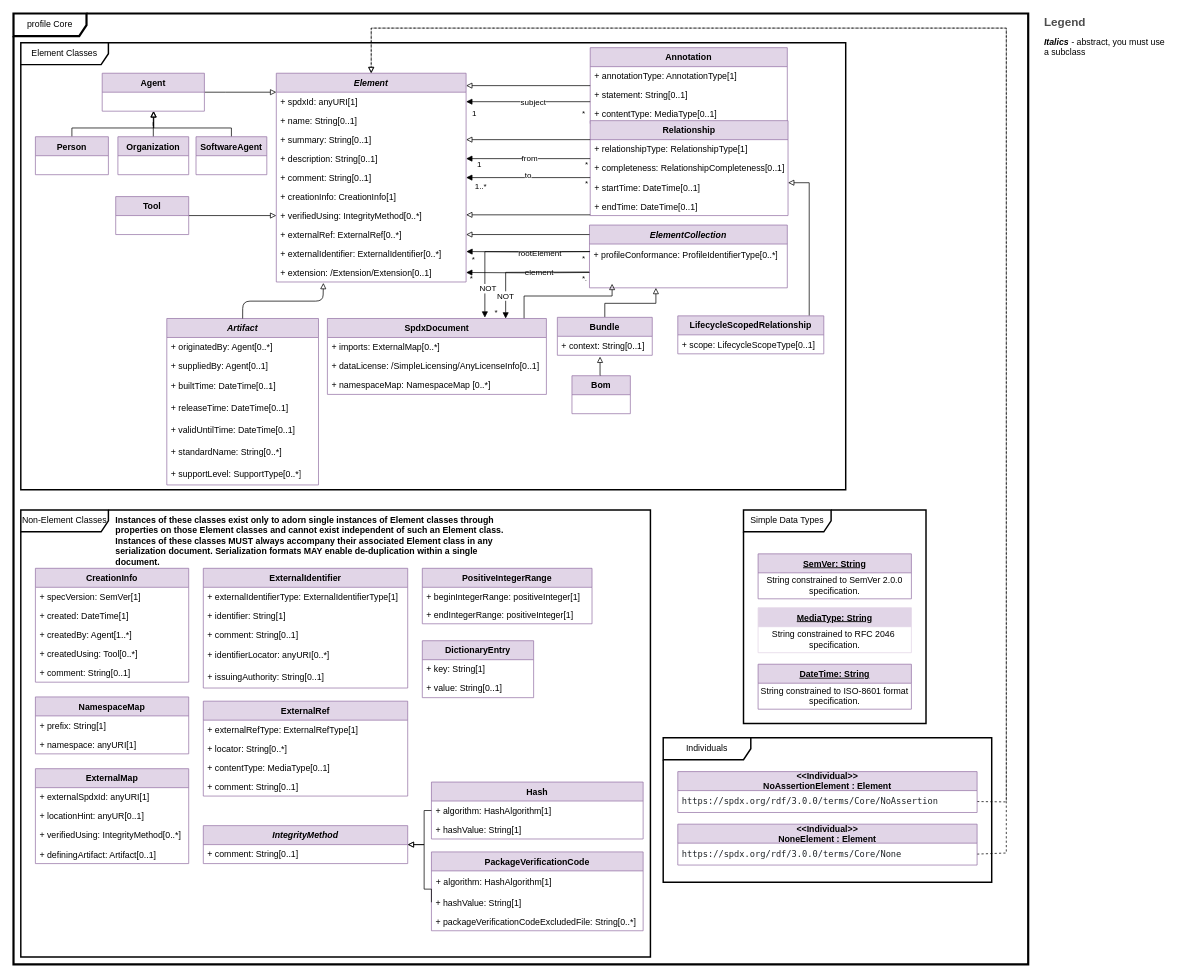
This is page "Core" (1 of 11) of model.drawio from spdx/spdx-3-model, a draw.io file, before an edit. Source tidied: cells renumbered, new cells numbered last; positions are measured from the earlier drawing's top-left corner, leaving out a move shared by most shapes. Both pictures are drawn from the tidied source at 73%, with x=0, y=0 at pixel (13, 13).
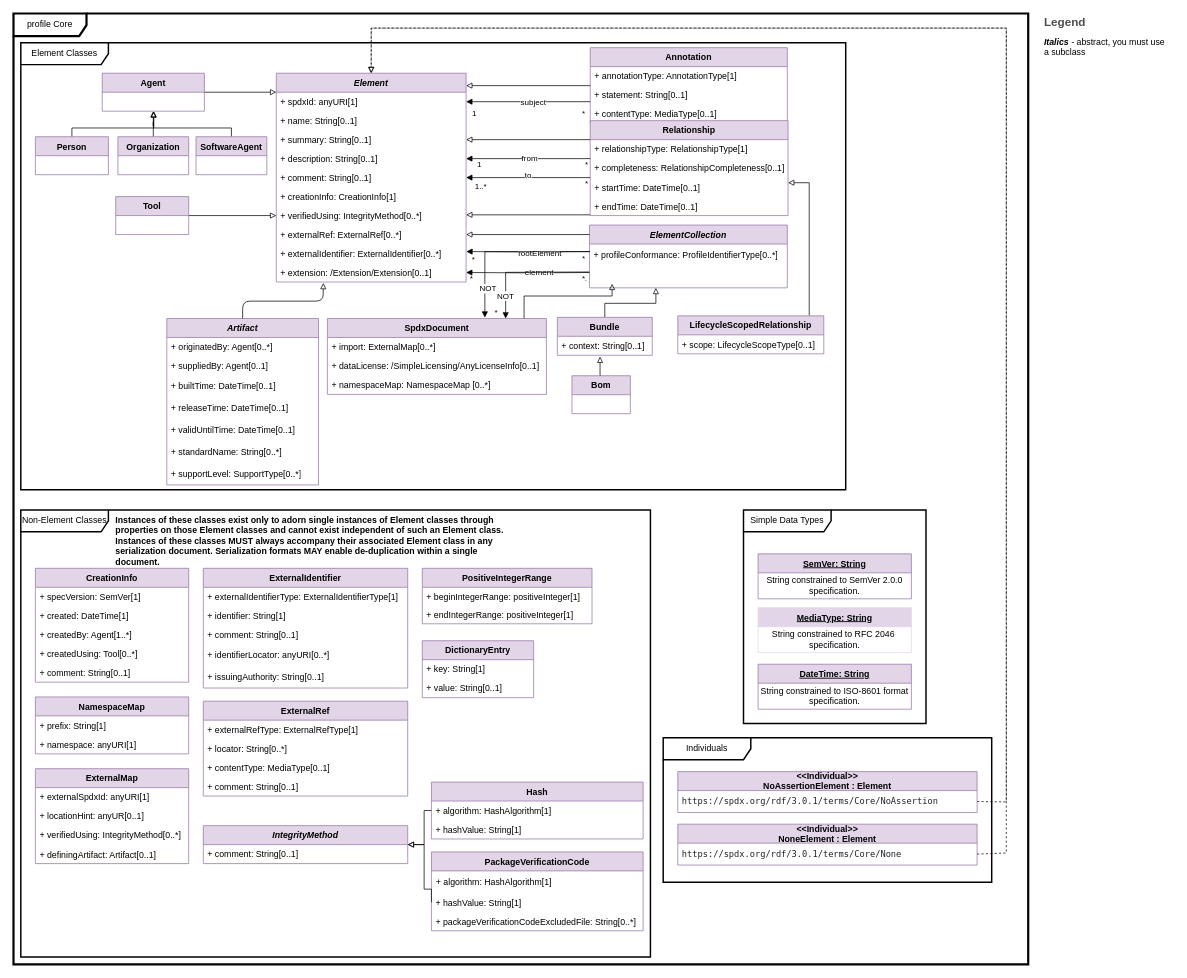
Above is the later version.

Unchanged cells that the change refers to:
```xml
<mxCell id="69" value="SpdxDocument" style="swimlane;fontStyle=1;horizontal=1;startSize=26;fillColor=#e1d5e7;strokeColor=#9673a6;" parent="1" vertex="1">
  <mxGeometry x="430" y="417.8" width="300" height="104" as="geometry" />
</mxCell>
<mxCell id="145" value="&lt;&lt;Individual&gt;&gt;&#10;NoAssertionElement : Element" style="swimlane;fontStyle=1;horizontal=1;startSize=26;fillColor=#e1d5e7;strokeColor=#9673a6;" parent="1" vertex="1">
  <mxGeometry x="910" y="1038.5" width="410" height="56" as="geometry" />
</mxCell>
<mxCell id="147" value="&lt;&lt;Individual&gt;&gt;&#10;NoneElement : Element" style="swimlane;fontStyle=1;horizontal=1;startSize=26;fillColor=#e1d5e7;strokeColor=#9673a6;" parent="1" vertex="1">
  <mxGeometry x="910" y="1110.5" width="410" height="56" as="geometry" />
</mxCell>
```

Diff of the diagram source:
```diff
@@
-    <mxCell id="70" value="+ imports: ExternalMap[0..*]" style="text;strokeColor=none;fillColor=none;align=left;verticalAlign=top;spacingLeft=4;spacingRight=4;overflow=hidden;whiteSpace=wrap;html=1;" parent="69" vertex="1">
+    <mxCell id="70" value="+ import: ExternalMap[0..*]" style="text;strokeColor=none;fillColor=none;align=left;verticalAlign=top;spacingLeft=4;spacingRight=4;overflow=hidden;whiteSpace=wrap;html=1;" parent="69" vertex="1">
       <mxGeometry y="26" width="300" height="26" as="geometry" />
     </mxCell>
@@
-    <mxCell id="146" value="&lt;span style=&quot;color: rgb(31, 35, 40); font-family: ui-monospace, SFMono-Regular, &amp;quot;SF Mono&amp;quot;, Menlo, Consolas, &amp;quot;Liberation Mono&amp;quot;, monospace; font-size: 11.9px; white-space-collapse: break-spaces; background-color: rgb(255, 255, 255);&quot;&gt;https://spdx.org/rdf/3.0.0/terms/Core/NoAssertion&lt;/span&gt;" style="text;strokeColor=none;fillColor=none;align=left;verticalAlign=middle;spacingLeft=4;spacingRight=4;overflow=hidden;points=[[0,0.5],[1,0.5]];portConstraint=eastwest;whiteSpace=wrap;html=1;" parent="145" vertex="1">
+    <mxCell id="146" value="&lt;span style=&quot;color: rgb(31, 35, 40); font-family: ui-monospace, SFMono-Regular, &amp;quot;SF Mono&amp;quot;, Menlo, Consolas, &amp;quot;Liberation Mono&amp;quot;, monospace; font-size: 11.9px; white-space-collapse: break-spaces; background-color: rgb(255, 255, 255);&quot;&gt;https://spdx.org/rdf/3.0.1/terms/Core/NoAssertion&lt;/span&gt;" style="text;strokeColor=none;fillColor=none;align=left;verticalAlign=middle;spacingLeft=4;spacingRight=4;overflow=hidden;points=[[0,0.5],[1,0.5]];portConstraint=eastwest;whiteSpace=wrap;html=1;" parent="145" vertex="1">
       <mxGeometry y="26" width="410" height="30" as="geometry" />
     </mxCell>
@@
-    <mxCell id="148" value="&lt;span style=&quot;color: rgb(31, 35, 40); font-family: ui-monospace, SFMono-Regular, &amp;quot;SF Mono&amp;quot;, Menlo, Consolas, &amp;quot;Liberation Mono&amp;quot;, monospace; font-size: 11.9px; white-space-collapse: break-spaces; background-color: rgb(255, 255, 255);&quot;&gt;https://spdx.org/rdf/3.0.0/terms/Core/None&lt;/span&gt;" style="text;strokeColor=none;fillColor=none;align=left;verticalAlign=middle;spacingLeft=4;spacingRight=4;overflow=hidden;points=[[0,0.5],[1,0.5]];portConstraint=eastwest;whiteSpace=wrap;html=1;" parent="147" vertex="1">
+    <mxCell id="148" value="&lt;span style=&quot;color: rgb(31, 35, 40); font-family: ui-monospace, SFMono-Regular, &amp;quot;SF Mono&amp;quot;, Menlo, Consolas, &amp;quot;Liberation Mono&amp;quot;, monospace; font-size: 11.9px; white-space-collapse: break-spaces; background-color: rgb(255, 255, 255);&quot;&gt;https://spdx.org/rdf/3.0.1/terms/Core/None&lt;/span&gt;" style="text;strokeColor=none;fillColor=none;align=left;verticalAlign=middle;spacingLeft=4;spacingRight=4;overflow=hidden;points=[[0,0.5],[1,0.5]];portConstraint=eastwest;whiteSpace=wrap;html=1;" parent="147" vertex="1">
       <mxGeometry y="26" width="410" height="30" as="geometry" />
     </mxCell>
```
